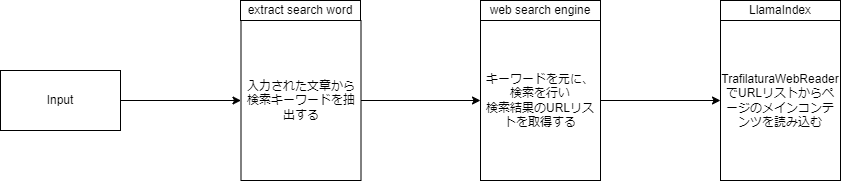
Earlier version of the draw.io export arch.drawio.png (HawkClaws/open_chat_ai). Source tidied: cells renumbered, new cells last; positions are measured from the earlier drawing's top-left corner, leaving out a move shared by most shapes. Its diagram source:
```xml
<mxGraphModel>
  <root>
    <mxCell id="0" />
    <mxCell id="1" parent="0" />
    <mxCell id="2" style="edgeStyle=none;html=1;" parent="1" edge="1" source="3" target="8">
      <mxGeometry relative="1" as="geometry" />
    </mxCell>
    <mxCell id="3" value="Input" style="rounded=0;whiteSpace=wrap;html=1;" parent="1" vertex="1">
      <mxGeometry y="70" width="120" height="60" as="geometry" />
    </mxCell>
    <mxCell id="4" value="extract search word" style="rounded=0;whiteSpace=wrap;html=1;" parent="1" vertex="1">
      <mxGeometry x="240" width="120" height="20" as="geometry" />
    </mxCell>
    <mxCell id="5" value="web search engine" style="rounded=0;whiteSpace=wrap;html=1;" parent="1" vertex="1">
      <mxGeometry x="480" width="120" height="20" as="geometry" />
    </mxCell>
    <mxCell id="6" value="LlamaIndex" style="rounded=0;whiteSpace=wrap;html=1;" parent="1" vertex="1">
      <mxGeometry x="720" width="120" height="20" as="geometry" />
    </mxCell>
    <mxCell id="7" style="edgeStyle=none;html=1;" parent="1" edge="1" source="8" target="10">
      <mxGeometry relative="1" as="geometry" />
    </mxCell>
    <mxCell id="8" value="入力された文章から検索キーワードを抽出する" style="rounded=0;whiteSpace=wrap;html=1;" parent="1" vertex="1">
      <mxGeometry x="240.5" y="20" width="120" height="160" as="geometry" />
    </mxCell>
    <mxCell id="9" style="edgeStyle=none;html=1;" parent="1" edge="1" source="10" target="11">
      <mxGeometry relative="1" as="geometry" />
    </mxCell>
    <mxCell id="10" value="キーワードを元に、検索を行い&lt;br&gt;検索結果のURLリストを取得する" style="rounded=0;whiteSpace=wrap;html=1;" parent="1" vertex="1">
      <mxGeometry x="480" y="20" width="120" height="160" as="geometry" />
    </mxCell>
    <mxCell id="11" value="TrafilaturaWebReaderでURLリストからページのメインコンテンツを読み込む" style="rounded=0;whiteSpace=wrap;html=1;" parent="1" vertex="1">
      <mxGeometry x="720" y="20" width="120" height="160" as="geometry" />
    </mxCell>
  </root>
</mxGraphModel>
```
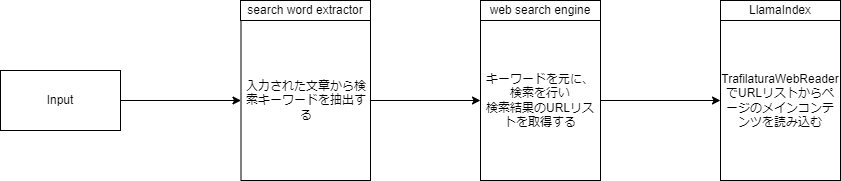
Later version of the same file.

The edit, as a diff of the source:
```diff
@@ -8,8 +8,8 @@
     <mxCell id="3" value="Input" style="rounded=0;whiteSpace=wrap;html=1;" parent="1" vertex="1">
       <mxGeometry y="70" width="120" height="60" as="geometry" />
     </mxCell>
-    <mxCell id="4" value="extract search word" style="rounded=0;whiteSpace=wrap;html=1;" parent="1" vertex="1">
-      <mxGeometry x="240" width="120" height="20" as="geometry" />
+    <mxCell id="4" value="search word extractor" style="rounded=0;whiteSpace=wrap;html=1;" parent="1" vertex="1">
+      <mxGeometry x="240" width="130" height="20" as="geometry" />
     </mxCell>
     <mxCell id="5" value="web search engine" style="rounded=0;whiteSpace=wrap;html=1;" parent="1" vertex="1">
       <mxGeometry x="480" width="120" height="20" as="geometry" />
@@ -21,7 +21,7 @@
       <mxGeometry relative="1" as="geometry" />
     </mxCell>
     <mxCell id="8" value="入力された文章から検索キーワードを抽出する" style="rounded=0;whiteSpace=wrap;html=1;" parent="1" vertex="1">
-      <mxGeometry x="240.5" y="20" width="120" height="160" as="geometry" />
+      <mxGeometry x="240.5" y="20" width="129.5" height="160" as="geometry" />
     </mxCell>
     <mxCell id="9" style="edgeStyle=none;html=1;" parent="1" edge="1" source="10" target="11">
       <mxGeometry relative="1" as="geometry" />
```
